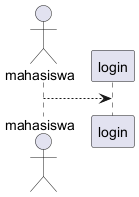
The PlantUML diagram webapp/tools/use_case_diagram.png in AgileRE-2024/UCaseGenerator, before a commit.
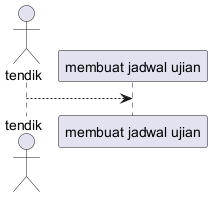
Above is the later version.

Change to the diagram source:
```diff
@@ -1,4 +1,4 @@
 @startuml
-actor "mahasiswa" as mahasiswa
-mahasiswa --> "login"
+actor "tendik" as tendik
+tendik --> "membuat jadwal ujian"
 @enduml
```
